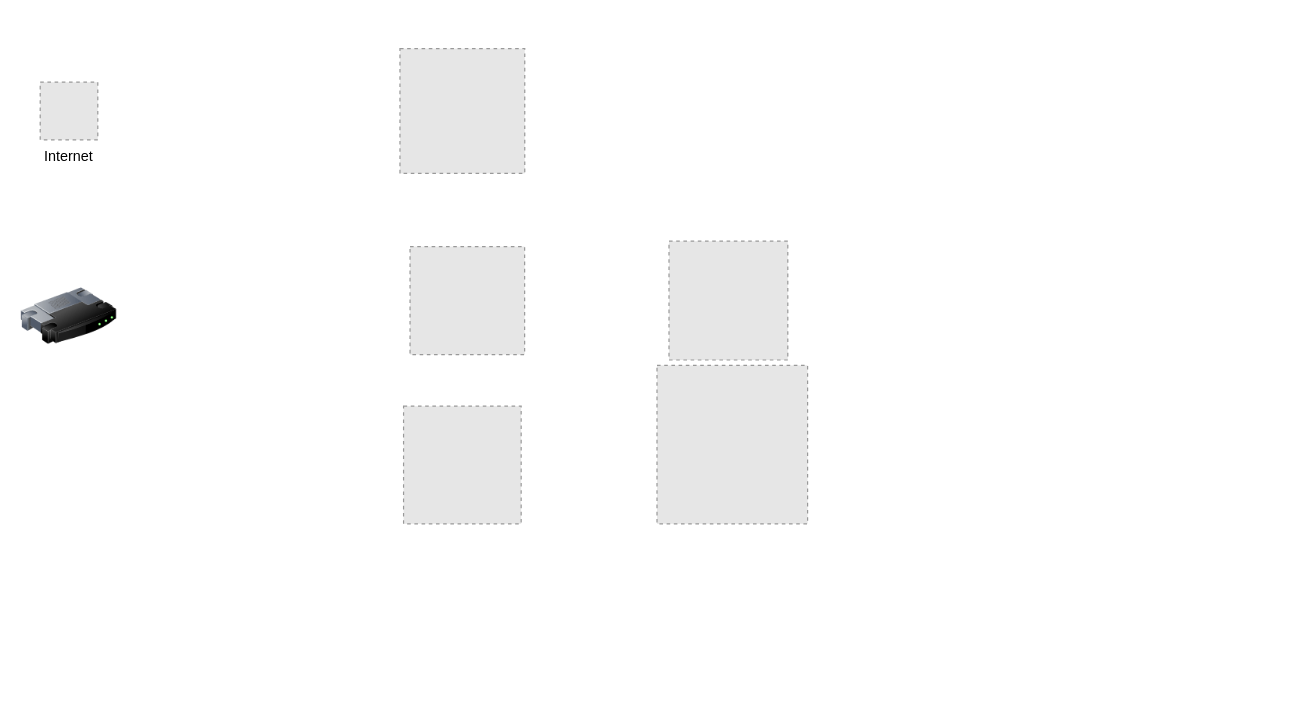
Earlier version of the draw.io diagram diagram/HomeLab.drawio (MoeRice/HomeLab). Source tidied: cells renumbered, new cells numbered last; positions are measured from the earlier drawing's top-left corner, leaving out a move shared by most shapes. Both pictures are drawn from the tidied source at 120%, with x=0, y=0 at pixel (20, 48). Pictures stored in the file or linked from it are replaced by grey dashed boxes.
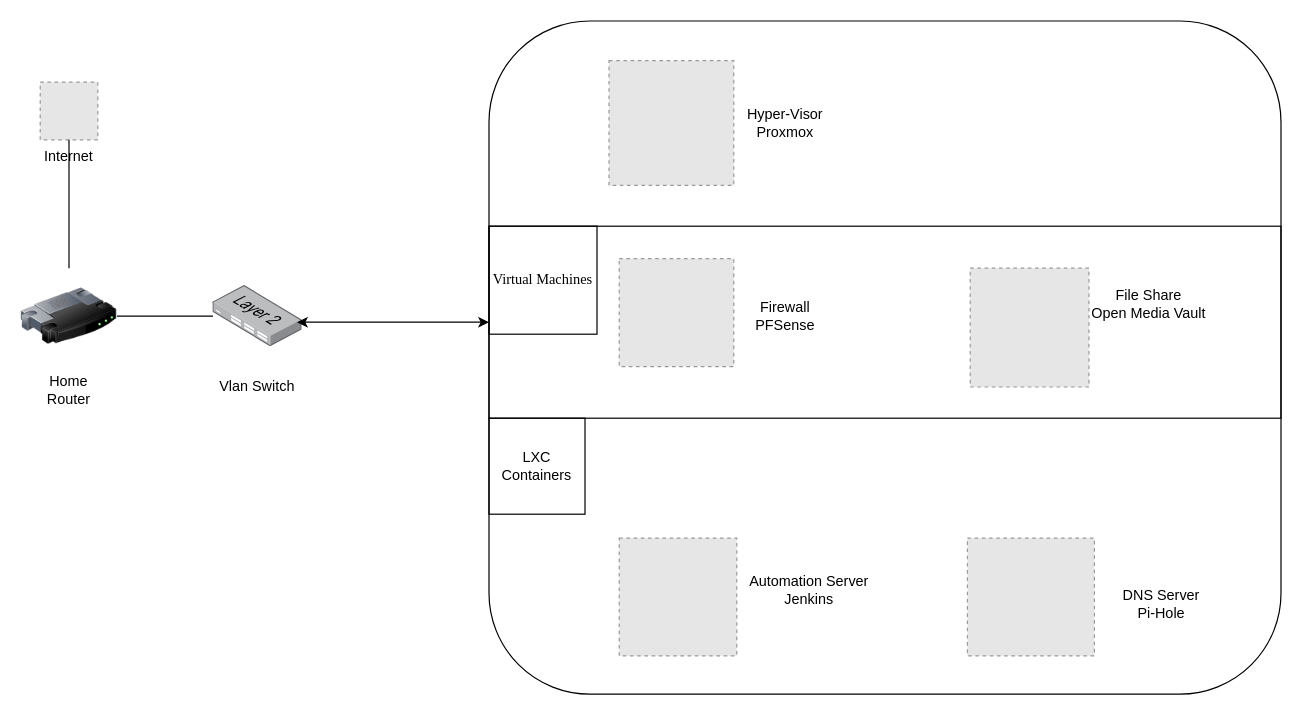
After the change.

Unchanged cells that the change refers to:
```xml
<mxCell id="2" value="Internet" style="fillColor=#E6E6E6;strokeColor=#999999;dashed=1;verticalLabelPosition=bottom;verticalAlign=top;labelBackgroundColor=#ffffff;" parent="1" vertex="1">
  <mxGeometry x="16" y="28" width="48" height="48" as="geometry" />
</mxCell>
<mxCell id="3" style="image;html=1;image=img/lib/clip_art/networking/Router_128x128.png;" parent="1" vertex="1">
  <mxGeometry y="183" width="80" height="80" as="geometry" />
</mxCell>
```

Change to the diagram source:
```diff
@@
     <mxCell id="4" style="fillColor=#E6E6E6;strokeColor=#999999;dashed=1;html=1;verticalAlign=top;verticalLabelPosition=bottom;labelBackgroundColor=#ffffff;" parent="1" vertex="1">
-      <mxGeometry x="315.8" width="104" height="104" as="geometry" />
+      <mxGeometry x="490" y="10" width="104" height="104" as="geometry" />
     </mxCell>
     <mxCell id="5" style="fillColor=#E6E6E6;strokeColor=#999999;dashed=1;verticalLabelPosition=bottom;verticalAlign=top;" parent="1" vertex="1">
-      <mxGeometry x="324.2" y="165" width="95.5" height="90" as="geometry" />
+      <mxGeometry x="498.5" y="175" width="95.5" height="90" as="geometry" />
     </mxCell>
     <mxCell id="6" style="fillColor=#E6E6E6;strokeColor=#999999;dashed=1;html=1;verticalAlign=top;verticalLabelPosition=bottom;labelBackgroundColor=#ffffff;" parent="1" vertex="1">
-      <mxGeometry x="318.8" y="298" width="98" height="98" as="geometry" />
+      <mxGeometry x="498.5" y="408" width="98" height="98" as="geometry" />
     </mxCell>
     <mxCell id="7" style="fillColor=#E6E6E6;strokeColor=#999999;dashed=1;verticalLabelPosition=bottom;verticalAlign=top;" parent="1" vertex="1">
-      <mxGeometry x="530" y="264" width="125.5" height="132" as="geometry" />
+      <mxGeometry x="788.7" y="408" width="105.8" height="98" as="geometry" />
     </mxCell>
     <mxCell id="8" style="fillColor=#E6E6E6;strokeColor=#999999;dashed=1;verticalLabelPosition=bottom;verticalAlign=top;" parent="1" vertex="1">
-      <mxGeometry x="540" y="160.5" width="99" height="99" as="geometry" />
+      <mxGeometry x="791" y="183" width="99" height="99" as="geometry" />
     </mxCell>
+    <mxCell id="9" value="Hyper-Visor&lt;br&gt;Proxmox" style="text;html=1;strokeColor=none;fillColor=none;align=center;verticalAlign=middle;whiteSpace=wrap;rounded=0;" parent="1" vertex="1">
+      <mxGeometry x="581.9" y="37" width="110" height="50" as="geometry" />
+    </mxCell>
+    <mxCell id="10" value="Firewall&lt;br&gt;PFSense" style="text;html=1;strokeColor=none;fillColor=none;align=center;verticalAlign=middle;whiteSpace=wrap;rounded=0;" parent="1" vertex="1">
+      <mxGeometry x="594" y="190.5" width="85.8" height="65" as="geometry" />
+    </mxCell>
+    <mxCell id="11" style="points=[];html=1;align=center;shadow=0;dashed=0;image;image=img/lib/allied_telesis/switch/Switch_24_port_L2.svg;" parent="1" vertex="1">
+      <mxGeometry x="160" y="197.5" width="74.4" height="51" as="geometry" />
+    </mxCell>
+    <mxCell id="12" value="Vlan Switch" style="text;html=1;strokeColor=none;fillColor=none;align=center;verticalAlign=middle;whiteSpace=wrap;rounded=0;" parent="1" vertex="1">
+      <mxGeometry x="164.4" y="255" width="65.6" height="53" as="geometry" />
+    </mxCell>
+    <mxCell id="13" value="File Share&lt;br&gt;Open Media Vault" style="text;html=1;strokeColor=none;fillColor=none;align=center;verticalAlign=middle;whiteSpace=wrap;rounded=0;" parent="1" vertex="1">
+      <mxGeometry x="890" y="186.2" width="100" height="54.5" as="geometry" />
+    </mxCell>
+    <mxCell id="14" value="Automation Server&lt;br&gt;Jenkins" style="text;html=1;strokeColor=none;fillColor=none;align=center;verticalAlign=middle;whiteSpace=wrap;rounded=0;" parent="1" vertex="1">
+      <mxGeometry x="596.5" y="428" width="120" height="46.5" as="geometry" />
+    </mxCell>
+    <mxCell id="15" value="DNS Server&lt;br&gt;Pi-Hole" style="text;html=1;strokeColor=none;fillColor=none;align=center;verticalAlign=middle;whiteSpace=wrap;rounded=0;" parent="1" vertex="1">
+      <mxGeometry x="894.5" y="447" width="111" height="31" as="geometry" />
+    </mxCell>
+    <mxCell id="16" style="rounded=1;whiteSpace=wrap;html=1;strokeColor=#000000;fillColor=none;" parent="1" vertex="1">
+      <mxGeometry x="390" y="-23" width="660" height="561" as="geometry" />
+    </mxCell>
+    <mxCell id="17" style="rounded=0;whiteSpace=wrap;html=1;strokeColor=#000000;fillColor=none;" parent="1" vertex="1">
+      <mxGeometry x="390" y="148" width="660" height="160" as="geometry" />
+    </mxCell>
+    <mxCell id="18" value="&lt;font face=&quot;Times New Roman&quot;&gt;Virtual Machines&lt;/font&gt;" style="whiteSpace=wrap;html=1;strokeColor=#000000;fillColor=none;" parent="1" vertex="1">
+      <mxGeometry x="390" y="148" width="90" height="90" as="geometry" />
+    </mxCell>
+    <mxCell id="19" value="Home Router" style="text;html=1;strokeColor=none;fillColor=none;align=center;verticalAlign=middle;whiteSpace=wrap;rounded=0;" parent="1" vertex="1">
+      <mxGeometry x="20" y="274.5" width="40" height="20" as="geometry" />
+    </mxCell>
+    <mxCell id="20" value="LXC Containers" style="whiteSpace=wrap;html=1;strokeColor=#000000;fillColor=none;" parent="1" vertex="1">
+      <mxGeometry x="390" y="308" width="80" height="80" as="geometry" />
+    </mxCell>
+    <mxCell id="21" style="endArrow=none;html=1;" parent="1" edge="1" source="3" target="2">
+      <mxGeometry relative="1" as="geometry" />
+    </mxCell>
+    <mxCell id="22" style="endArrow=classic;startArrow=classic;html=1;entryX=0;entryY=0.5;entryDx=0;entryDy=0;" parent="1" edge="1" target="17">
+      <mxGeometry relative="1" as="geometry">
+        <mxPoint x="230" y="228" as="sourcePoint" />
+      </mxGeometry>
+    </mxCell>
+    <mxCell id="23" style="endArrow=none;html=1;" parent="1" edge="1" source="3" target="11">
+      <mxGeometry relative="1" as="geometry" />
+    </mxCell>
```
